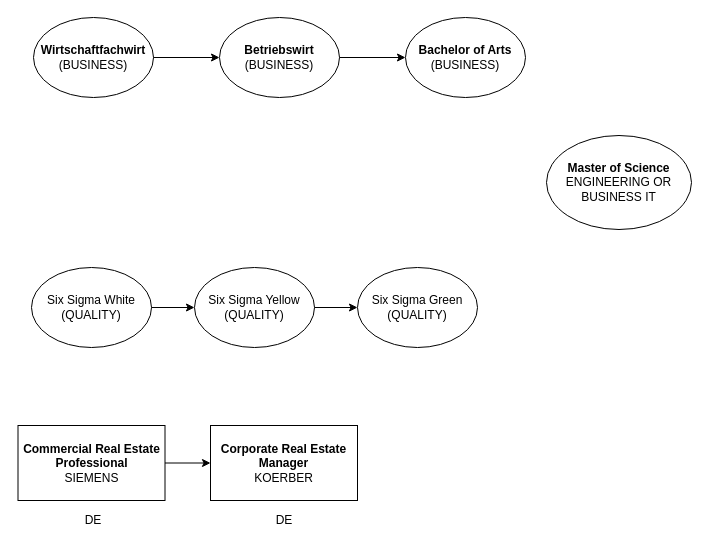
wunschzettel891/Workbench keeps this draw.io diagram as page "Career" (1 of 4) of Notes/My CS Roadmap.drawio. Above is the earlier version. Source tidied: cells renumbered, new cells numbered last; positions are measured from the earlier drawing's top-left corner, leaving out a move shared by most shapes. Both pictures are drawn from the tidied source at 100%, with x=0, y=0 at pixel (18, 17).
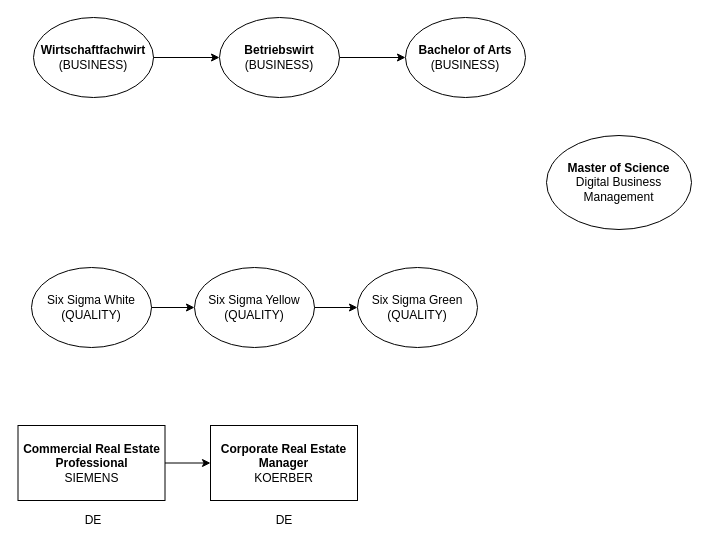
After the change.

Diff of the diagram source:
```diff
@@
 <mxGraphModel background="light-dark(#FFFFFF,#D5E8D4)">
   <root>
     <mxCell id="0" />
     <mxCell id="1" parent="0" />
     <mxCell id="2" value="&lt;div&gt;&lt;b&gt;Wirtschaftfachwirt&lt;/b&gt;&lt;/div&gt;&lt;div&gt;(BUSINESS)&lt;/div&gt;" style="ellipse;whiteSpace=wrap;html=1;fillColor=light-dark(#FFFFFF,#00FF00);fillStyle=solid;fontColor=light-dark(#000000,#000000);strokeColor=light-dark(#000000,#000000);" parent="1" vertex="1">
       <mxGeometry x="15" width="120" height="80" as="geometry" />
     </mxCell>
     <mxCell id="3" value="&lt;div&gt;&lt;b&gt;Betriebswirt&lt;/b&gt;&lt;/div&gt;&lt;div&gt;(BUSINESS)&lt;/div&gt;" style="ellipse;whiteSpace=wrap;html=1;fillColor=light-dark(#FFFFFF, #00f900);fillStyle=solid;fontColor=light-dark(#000000,#000000);strokeColor=light-dark(#000000,#000000);" parent="1" vertex="1">
       <mxGeometry x="201" width="120" height="80" as="geometry" />
     </mxCell>
     <mxCell id="4" value="&lt;div&gt;&lt;b&gt;Bachelor of Arts&lt;/b&gt;&lt;/div&gt;&lt;div&gt;(BUSINESS)&lt;/div&gt;" style="ellipse;whiteSpace=wrap;html=1;fillColor=light-dark(#FFFFFF,#FFFF00);fillStyle=solid;fontColor=light-dark(#000000,#000000);strokeColor=light-dark(#000000,#000000);" parent="1" vertex="1">
       <mxGeometry x="387" width="120" height="80" as="geometry" />
     </mxCell>
-    <mxCell id="5" value="&lt;div&gt;&lt;b&gt;Master of Science&lt;/b&gt;&lt;/div&gt;&lt;div&gt;ENGINEERING OR&lt;/div&gt;&lt;div&gt;BUSINESS IT&lt;/div&gt;" style="ellipse;whiteSpace=wrap;html=1;fillColor=light-dark(#FFFFFF,#FFFFFF);fillStyle=solid;fontColor=light-dark(#000000,#000000);strokeColor=light-dark(#000000,#000000);" parent="1" vertex="1">
+    <mxCell id="5" value="&lt;div&gt;&lt;b&gt;Master of Science&lt;/b&gt;&lt;/div&gt;Digital Business Management" style="ellipse;whiteSpace=wrap;html=1;fillColor=light-dark(#FFFFFF,#FFFFFF);fillStyle=solid;fontColor=light-dark(#000000,#000000);strokeColor=light-dark(#000000,#000000);" parent="1" vertex="1">
       <mxGeometry x="528" y="118" width="145" height="94" as="geometry" />
     </mxCell>
     <mxCell id="6" value="&lt;div&gt;Six Sigma White&lt;/div&gt;&lt;div&gt;(QUALITY)&lt;/div&gt;" style="ellipse;whiteSpace=wrap;html=1;fillColor=light-dark(#FFFFFF,#FFFFFF);fillStyle=solid;fontColor=light-dark(#000000,#000000);strokeColor=light-dark(#000000,#000000);" parent="1" vertex="1">
       <mxGeometry x="13" y="250" width="120" height="80" as="geometry" />
     </mxCell>
     <mxCell id="7" value="&lt;div&gt;Six Sigma Yellow&lt;/div&gt;&lt;div&gt;(QUALITY)&lt;/div&gt;" style="ellipse;whiteSpace=wrap;html=1;fillColor=light-dark(#FFFFFF,#FFFFFF);fillStyle=solid;fontColor=light-dark(#000000,#000000);strokeColor=light-dark(#000000,#000000);" parent="1" vertex="1">
       <mxGeometry x="176" y="250" width="120" height="80" as="geometry" />
     </mxCell>
     <mxCell id="8" value="&lt;div&gt;Six Sigma Green&lt;/div&gt;&lt;div&gt;(QUALITY)&lt;/div&gt;" style="ellipse;whiteSpace=wrap;html=1;fillColor=light-dark(#FFFFFF,#FFFFFF);fillStyle=solid;fontColor=light-dark(#000000,#000000);strokeColor=light-dark(#000000,#000000);" parent="1" vertex="1">
       <mxGeometry x="339" y="250" width="120" height="80" as="geometry" />
     </mxCell>
     <mxCell id="9" style="endArrow=classic;html=1;rounded=0;exitX=1;exitY=0.5;exitDx=0;exitDy=0;strokeColor=light-dark(#000000,#000000);" parent="1" edge="1" source="2" target="3">
       <mxGeometry relative="1" as="geometry" />
     </mxCell>
     <mxCell id="10" style="endArrow=classic;html=1;rounded=0;exitX=1;exitY=0.5;exitDx=0;exitDy=0;strokeColor=light-dark(#000000,#000000);entryX=0;entryY=0.5;entryDx=0;entryDy=0;" parent="1" edge="1" source="3" target="4">
       <mxGeometry relative="1" as="geometry" />
     </mxCell>
     <mxCell id="11" style="endArrow=classic;html=1;rounded=0;exitX=1;exitY=0.5;exitDx=0;exitDy=0;strokeColor=light-dark(#000000,#000000);entryX=0;entryY=0.5;entryDx=0;entryDy=0;" parent="1" edge="1" source="6" target="7">
       <mxGeometry relative="1" as="geometry" />
     </mxCell>
     <mxCell id="12" style="endArrow=classic;html=1;rounded=0;exitX=1;exitY=0.5;exitDx=0;exitDy=0;strokeColor=light-dark(#000000,#000000);entryX=0;entryY=0.5;entryDx=0;entryDy=0;" parent="1" edge="1" source="7" target="8">
       <mxGeometry relative="1" as="geometry" />
     </mxCell>
     <mxCell id="13" value="&lt;div&gt;&lt;b&gt;Commercial Real Estate Professional&lt;/b&gt;&lt;/div&gt;&lt;div&gt;SIEMENS&lt;/div&gt;" style="rounded=0;whiteSpace=wrap;html=1;" parent="1" vertex="1">
       <mxGeometry x="-0.5" y="408" width="147" height="75" as="geometry" />
     </mxCell>
     <mxCell id="14" value="&lt;div&gt;&lt;b&gt;Corporate Real Estate Manager&lt;/b&gt;&lt;/div&gt;&lt;div&gt;KOERBER&lt;/div&gt;" style="rounded=0;whiteSpace=wrap;html=1;" parent="1" vertex="1">
       <mxGeometry x="192" y="408" width="147" height="75" as="geometry" />
     </mxCell>
     <mxCell id="15" style="endArrow=classic;html=1;rounded=0;exitX=1;exitY=0.5;exitDx=0;exitDy=0;strokeColor=light-dark(#000000,#000000);entryX=0;entryY=0.5;entryDx=0;entryDy=0;" parent="1" edge="1" source="13" target="14">
       <mxGeometry relative="1" as="geometry" />
     </mxCell>
     <mxCell id="16" value="DE" style="text;html=1;whiteSpace=wrap;strokeColor=none;fillColor=none;align=center;verticalAlign=middle;rounded=0;fontColor=light-dark(#000000,#000000);" parent="1" vertex="1">
       <mxGeometry x="45" y="488" width="60" height="30" as="geometry" />
     </mxCell>
     <mxCell id="17" value="DE" style="text;html=1;whiteSpace=wrap;strokeColor=none;fillColor=none;align=center;verticalAlign=middle;rounded=0;fontColor=light-dark(#000000,#000000);" parent="1" vertex="1">
       <mxGeometry x="235.5" y="488" width="60" height="30" as="geometry" />
     </mxCell>
   </root>
 </mxGraphModel>
```
